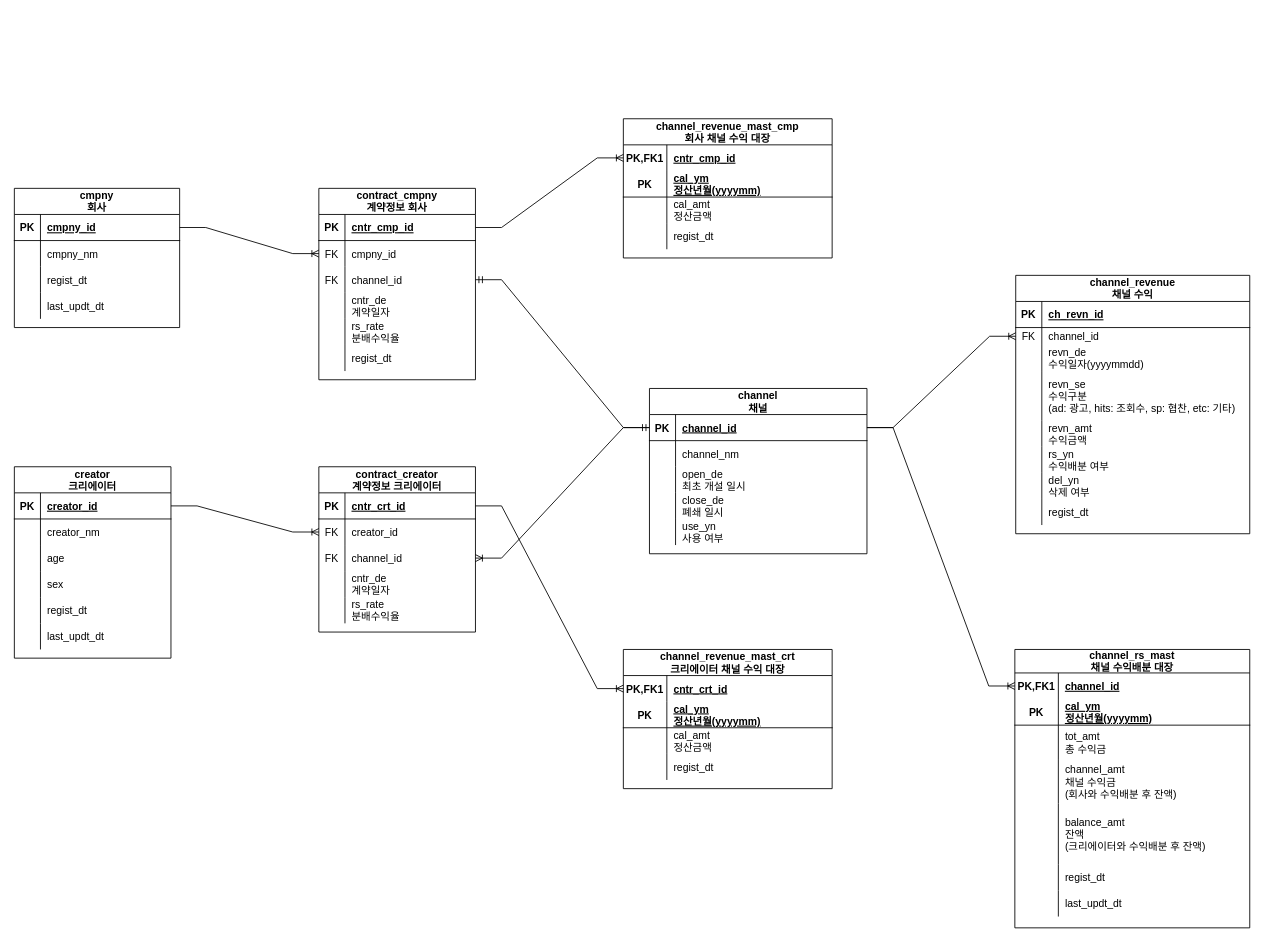
minkyu1128/DomainDesign keeps this draw.io diagram as page "Page-2" (2 of 2) of RevenueShare.drawio. Above is the earlier version. Source tidied: cells renumbered, new cells numbered last; positions are measured from the earlier drawing's top-left corner, leaving out a move shared by most shapes. Both pictures are drawn from the tidied source at 87%, with x=0, y=0 at pixel (14, 118).
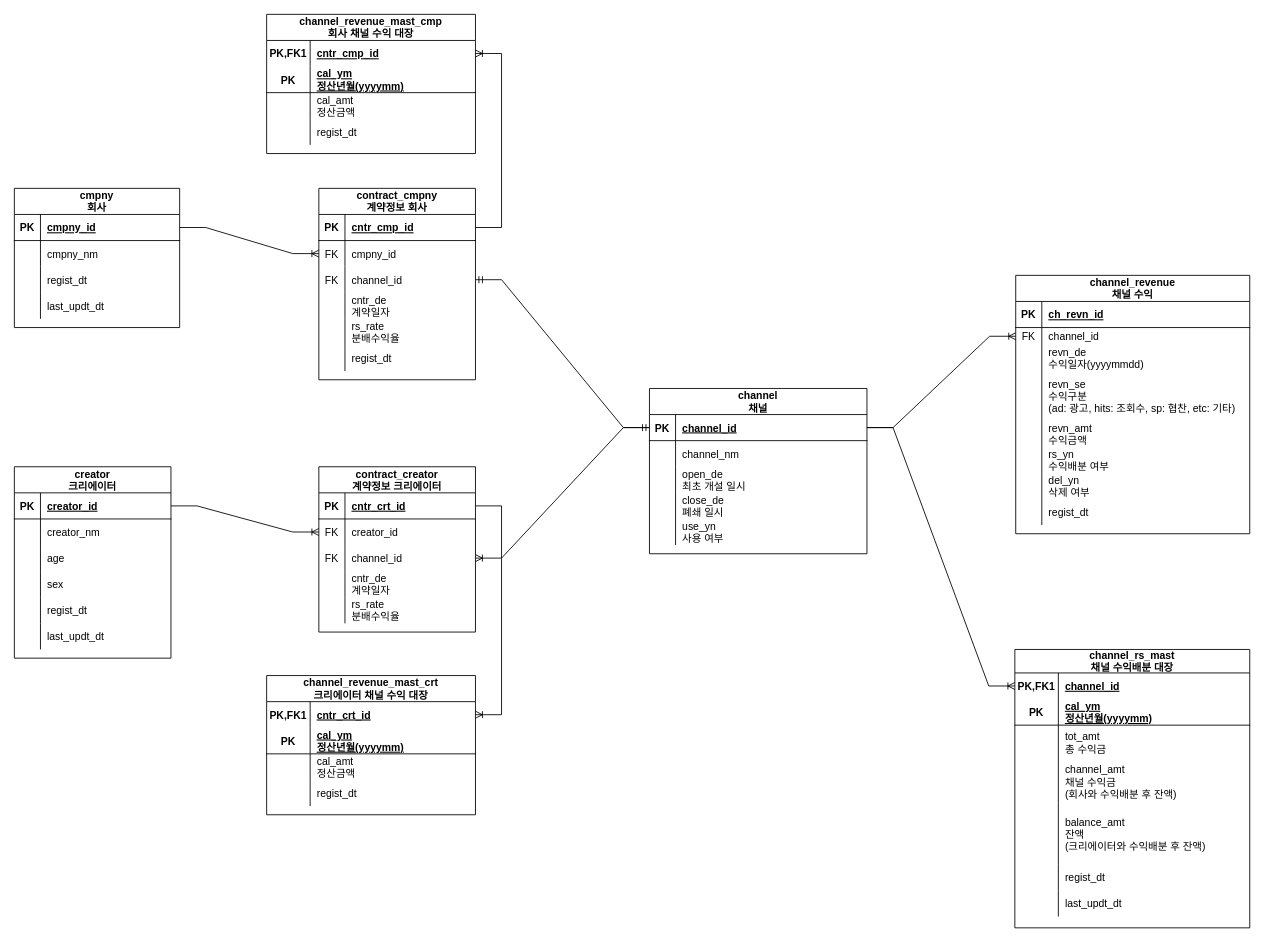
After the change.

Unchanged cells that the change refers to:
```xml
<mxCell id="51" style="shape=tableRow;horizontal=0;startSize=0;swimlaneHead=0;swimlaneBody=0;fillColor=none;points=[[0,0.5],[1,0.5]];portConstraint=eastwest;top=0;left=0;right=0;bottom=1;" parent="50" vertex="1">
  <mxGeometry y="30" width="180" height="30" as="geometry" />
</mxCell>
<mxCell id="72" style="shape=tableRow;horizontal=0;startSize=0;swimlaneHead=0;swimlaneBody=0;fillColor=none;points=[[0,0.5],[1,0.5]];portConstraint=eastwest;top=0;left=0;right=0;bottom=1;" parent="71" vertex="1">
  <mxGeometry y="30" width="180" height="30" as="geometry" />
</mxCell>
<mxCell id="89" style="shape=tableRow;horizontal=0;startSize=0;swimlaneHead=0;swimlaneBody=0;fillColor=none;points=[[0,0.5],[1,0.5]];portConstraint=eastwest;top=0;left=0;right=0;bottom=0;labelBackgroundColor=none;" parent="88" vertex="1">
  <mxGeometry y="30" width="240" height="30" as="geometry" />
</mxCell>
<mxCell id="102" style="shape=tableRow;horizontal=0;startSize=0;swimlaneHead=0;swimlaneBody=0;fillColor=none;points=[[0,0.5],[1,0.5]];portConstraint=eastwest;top=0;left=0;right=0;bottom=0;labelBackgroundColor=none;" parent="101" vertex="1">
  <mxGeometry y="30" width="240" height="30" as="geometry" />
</mxCell>
```

What changed in the source:
```diff
@@
     <mxCell id="88" value="channel_revenue_mast_crt&#10;크리에이터 채널 수익 대장" style="shape=table;startSize=30;childLayout=tableLayout;rowLines=0;fontStyle=1;align=center;labelBackgroundColor=none;" parent="1" vertex="1">
-      <mxGeometry x="700" y="610" width="240" height="160" as="geometry" />
+      <mxGeometry x="290" y="640" width="240" height="160" as="geometry" />
     </mxCell>
@@
     <mxCell id="101" value="channel_revenue_mast_cmp&#10;회사 채널 수익 대장" style="shape=table;startSize=30;childLayout=tableLayout;rowLines=0;fontStyle=1;align=center;labelBackgroundColor=none;" parent="1" vertex="1">
-      <mxGeometry x="700" width="240" height="160" as="geometry" />
+      <mxGeometry x="290" y="-120" width="240" height="160" as="geometry" />
     </mxCell>
@@
-    <mxCell id="114" style="edgeStyle=entityRelationEdgeStyle;fontSize=12;html=1;endArrow=ERoneToMany;rounded=0;entryX=0;entryY=0.5;entryDx=0;entryDy=0;exitX=1;exitY=0.5;exitDx=0;exitDy=0;" parent="1" edge="1" source="51" target="102">
+    <mxCell id="114" style="edgeStyle=entityRelationEdgeStyle;fontSize=12;html=1;endArrow=ERoneToMany;rounded=0;entryX=1;entryY=0.5;entryDx=0;entryDy=0;exitX=1;exitY=0.5;exitDx=0;exitDy=0;" parent="1" edge="1" source="51" target="102">
       <mxGeometry relative="1" as="geometry" />
     </mxCell>
-    <mxCell id="115" style="edgeStyle=entityRelationEdgeStyle;fontSize=12;html=1;endArrow=ERoneToMany;rounded=0;entryX=0;entryY=0.5;entryDx=0;entryDy=0;" parent="1" edge="1" source="72" target="89">
+    <mxCell id="115" style="edgeStyle=entityRelationEdgeStyle;fontSize=12;html=1;endArrow=ERoneToMany;rounded=0;" parent="1" edge="1" source="72" target="89">
       <mxGeometry relative="1" as="geometry" />
     </mxCell>
```
